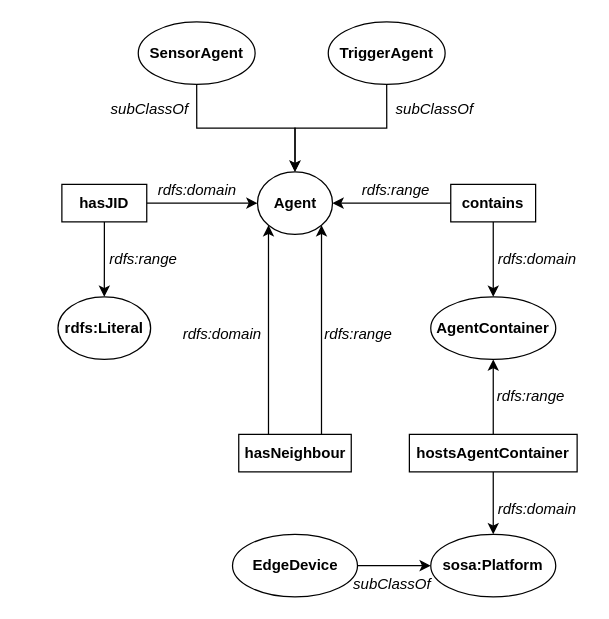
Earlier version of the draw.io diagram page "rdfs-mas" (6 of 6) of doc/Untitled Diagram.drawio (paganellif/ws-project-paganelli-2021). Source tidied: cells renumbered, new cells numbered last; positions are measured from the earlier drawing's top-left corner, leaving out a move shared by most shapes. Both pictures are drawn from the tidied source at 125%, with x=0, y=0 at pixel (58, 21).
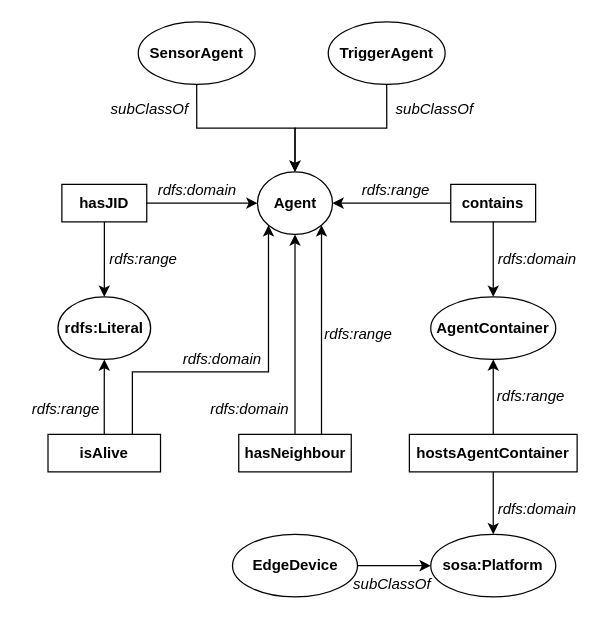
The same diagram, later.

Commit message (it also covers changes not shown here):
added isAlive agent property

Unchanged cells that the change refers to:
```xml
<mxCell id="2" value="&lt;b&gt;Agent&lt;/b&gt;" style="ellipse;whiteSpace=wrap;html=1;" parent="1" vertex="1">
  <mxGeometry x="159.5" y="120" width="60" height="50" as="geometry" />
</mxCell>
<mxCell id="4" value="&lt;b&gt;rdfs:Literal&lt;/b&gt;" style="ellipse;whiteSpace=wrap;html=1;" parent="1" vertex="1">
  <mxGeometry x="-0.1" y="220" width="74.1" height="50" as="geometry" />
</mxCell>
<mxCell id="23" value="&lt;b&gt;hasNeighbour&lt;/b&gt;" style="rounded=0;whiteSpace=wrap;html=1;" parent="1" vertex="1">
  <mxGeometry x="144.5" y="330" width="90" height="30" as="geometry" />
</mxCell>
```

Change to the diagram source:
```diff
@@
-    <mxCell id="21" style="edgeStyle=orthogonalEdgeStyle;rounded=0;jettySize=auto;html=1;entryX=0;entryY=1;entryDx=0;entryDy=0;exitX=0.25;exitY=0;exitDx=0;exitDy=0;" parent="1" edge="1" source="23" target="2">
-      <mxGeometry relative="1" as="geometry">
-        <Array as="points">
-          <mxPoint x="167" y="345" />
-          <mxPoint x="168" y="345" />
-        </Array>
-      </mxGeometry>
+    <mxCell id="21" style="edgeStyle=orthogonalEdgeStyle;rounded=0;jettySize=auto;html=1;entryX=0.5;entryY=1;entryDx=0;entryDy=0;" parent="1" edge="1" source="23" target="2">
+      <mxGeometry relative="1" as="geometry" />
     </mxCell>
@@
     <mxCell id="24" value="&lt;i&gt;rdfs:domain&lt;/i&gt;" style="text;html=1;align=center;verticalAlign=middle;strokeColor=none;" parent="1" vertex="1">
-      <mxGeometry x="91" y="240" width="80" height="20" as="geometry" />
+      <mxGeometry x="113" y="300" width="80" height="20" as="geometry" />
     </mxCell>
@@
+    <mxCell id="35" style="edgeStyle=orthogonalEdgeStyle;rounded=0;jettySize=auto;html=1;entryX=0;entryY=1;entryDx=0;entryDy=0;exitX=0.75;exitY=0;exitDx=0;exitDy=0;" parent="1" edge="1" source="37" target="2">
+      <mxGeometry relative="1" as="geometry">
+        <Array as="points">
+          <mxPoint x="59" y="280" />
+          <mxPoint x="168" y="280" />
+        </Array>
+      </mxGeometry>
+    </mxCell>
+    <mxCell id="36" style="edgeStyle=orthogonalEdgeStyle;rounded=0;jettySize=auto;html=1;" parent="1" edge="1" source="37" target="4">
+      <mxGeometry relative="1" as="geometry" />
+    </mxCell>
+    <mxCell id="37" value="&lt;b&gt;isAlive&lt;/b&gt;" style="rounded=0;whiteSpace=wrap;html=1;" parent="1" vertex="1">
+      <mxGeometry x="-8.1" y="330" width="90" height="30" as="geometry" />
+    </mxCell>
+    <mxCell id="38" value="&lt;i&gt;rdfs:domain&lt;/i&gt;" style="text;html=1;align=center;verticalAlign=middle;strokeColor=none;" parent="1" vertex="1">
+      <mxGeometry x="91" y="260" width="80" height="20" as="geometry" />
+    </mxCell>
+    <mxCell id="39" value="&lt;i&gt;rdfs:range&lt;/i&gt;" style="text;html=1;align=center;verticalAlign=middle;strokeColor=none;" parent="1" vertex="1">
+      <mxGeometry x="-29" y="300" width="70" height="20" as="geometry" />
+    </mxCell>
```
